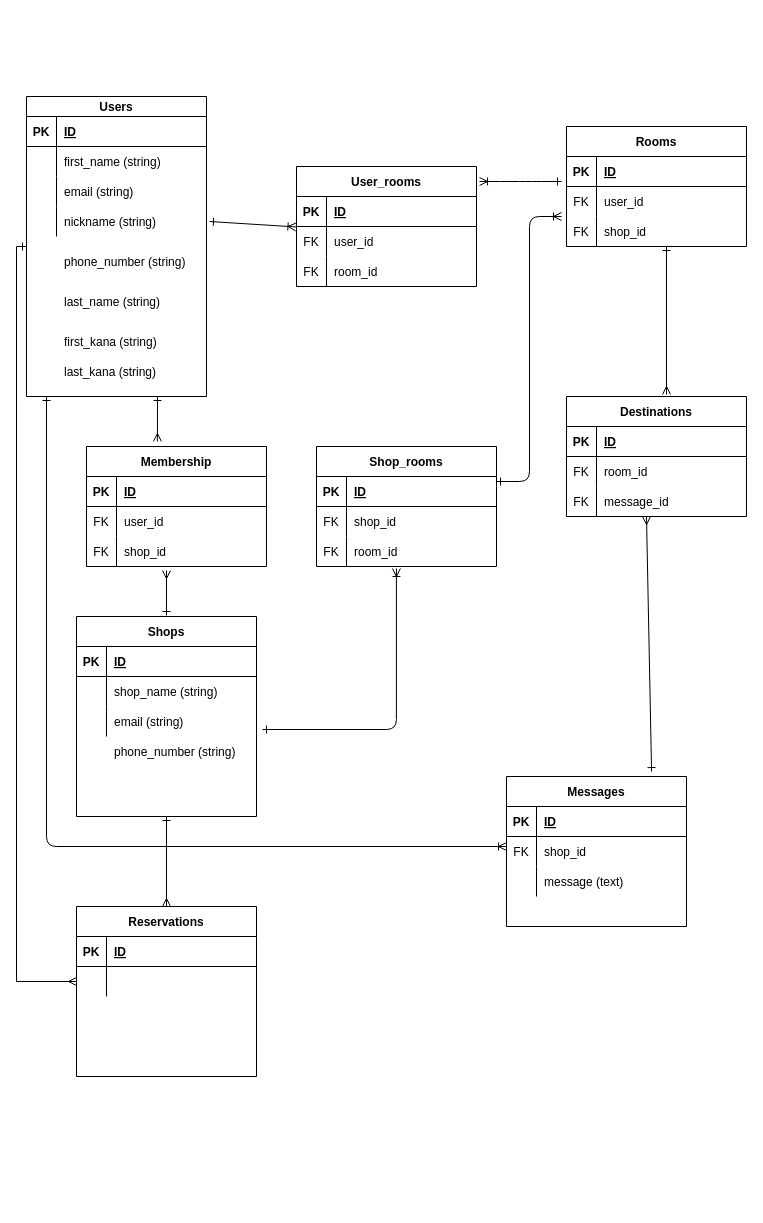
Above: ikitsuke.dio in taip315/aketate (draw.io), before the change. Source tidied: cells renumbered, new cells numbered last; positions are measured from the earlier drawing's top-left corner, leaving out a move shared by most shapes. Both pictures are drawn from the tidied source at 100%, with x=0, y=0 at pixel (16, 96).
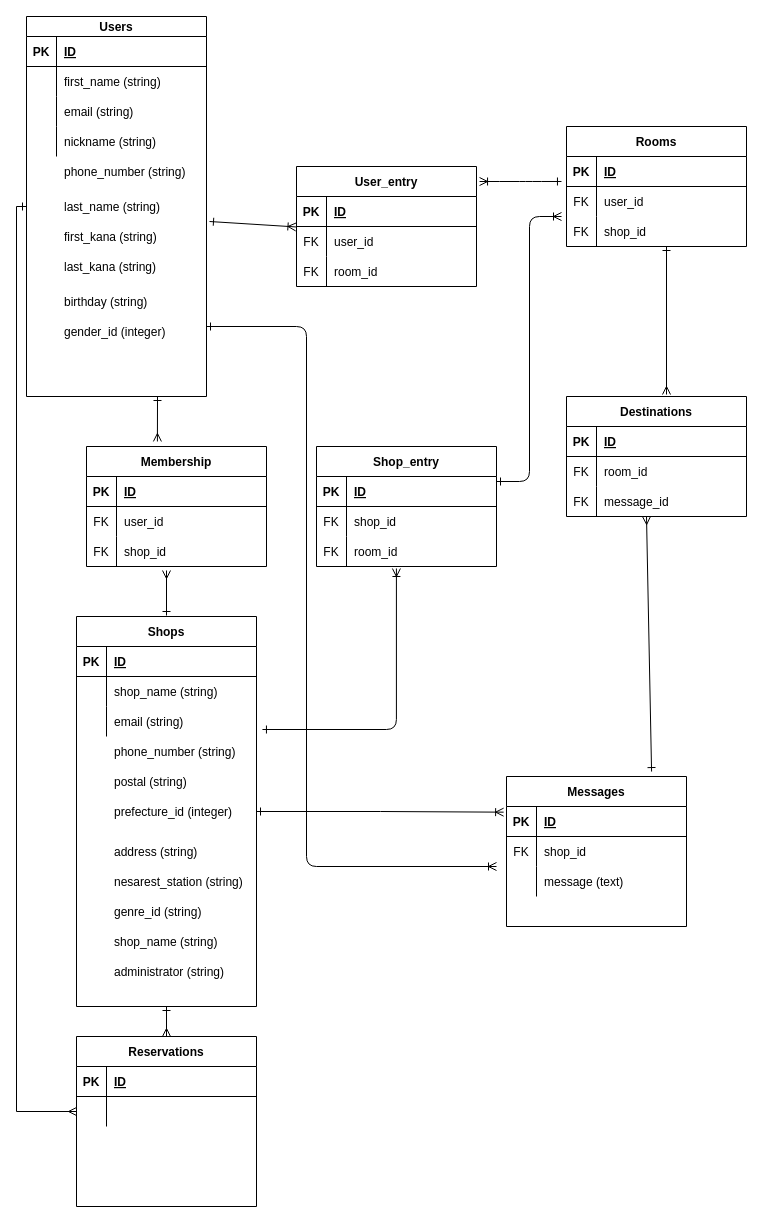
After the change.

The change refers to these unchanged cells:
```xml
<mxCell id="71" style="shape=partialRectangle;fillColor=none;top=0;left=0;bottom=1;right=0;points=[[0,0.5],[1,0.5]];portConstraint=eastwest;" parent="70" vertex="1">
  <mxGeometry y="30" width="180" height="30" as="geometry" />
</mxCell>
```

Diff of the diagram source:
```diff
@@
     <mxCell id="12" value="phone_number (string)" style="shape=partialRectangle;fillColor=none;top=0;left=0;bottom=0;right=0;align=left;spacingLeft=6;overflow=hidden;" parent="1" vertex="1">
-      <mxGeometry x="40" y="150" width="150" height="30" as="geometry" />
+      <mxGeometry x="40" y="60" width="150" height="30" as="geometry" />
     </mxCell>
@@
+    <mxCell id="109" style="edgeStyle=elbowEdgeStyle;rounded=0;jettySize=auto;html=1;entryX=-0.016;entryY=0.189;entryDx=0;entryDy=0;entryPerimeter=0;endArrow=ERoneToMany;endFill=0;startArrow=ERone;startFill=0;" parent="1" edge="1" source="24" target="71">
+      <mxGeometry relative="1" as="geometry" />
+    </mxCell>
     <mxCell id="24" value="Shops" style="shape=table;startSize=30;childLayout=tableLayout;rowLines=0;fontStyle=1;align=center;" parent="1" vertex="1">
-      <mxGeometry x="60" y="520" width="180" height="200" as="geometry" />
+      <mxGeometry x="60" y="520" width="180" height="390" as="geometry" />
     </mxCell>
@@
-    <mxCell id="37" value="User_rooms" style="shape=table;startSize=30;childLayout=tableLayout;rowLines=0;fontStyle=1;align=center;" parent="1" vertex="1">
+    <mxCell id="37" value="User_entry" style="shape=table;startSize=30;childLayout=tableLayout;rowLines=0;fontStyle=1;align=center;" parent="1" vertex="1">
       <mxGeometry x="280" y="70" width="180" height="120" as="geometry" />
     </mxCell>
@@
     <mxCell id="47" value="Users" style="shape=table;startSize=20;childLayout=tableLayout;rowLines=0;fontStyle=1;align=center;" parent="1" vertex="1">
-      <mxGeometry x="10" width="180" height="300" as="geometry" />
+      <mxGeometry x="10" y="-80" width="180" height="380" as="geometry" />
     </mxCell>
@@
-    <mxCell id="60" value="Shop_rooms" style="shape=table;startSize=30;childLayout=tableLayout;rowLines=0;fontStyle=1;align=center;" parent="1" vertex="1">
+    <mxCell id="60" value="Shop_entry" style="shape=table;startSize=30;childLayout=tableLayout;rowLines=0;fontStyle=1;align=center;" parent="1" vertex="1">
       <mxGeometry x="300" y="350" width="180" height="120" as="geometry" />
     </mxCell>
@@
     <mxCell id="96" style="edgeStyle=elbowEdgeStyle;fontSize=12;html=1;endArrow=ERoneToMany;startArrow=ERone;startFill=0;" parent="1" edge="1">
       <mxGeometry relative="1" as="geometry">
-        <mxPoint x="30" y="300" as="sourcePoint" />
-        <mxPoint x="490" y="750" as="targetPoint" />
+        <mxPoint x="190" y="230" as="sourcePoint" />
+        <mxPoint x="480" y="770" as="targetPoint" />
         <Array as="points">
-          <mxPoint x="30" y="490" />
+          <mxPoint x="290" y="580" />
         </Array>
       </mxGeometry>
     </mxCell>
@@
     <mxCell id="99" value="last_name (string)" style="shape=partialRectangle;fillColor=none;top=0;left=0;bottom=0;right=0;align=left;spacingLeft=6;overflow=hidden;" parent="1" vertex="1">
-      <mxGeometry x="40" y="190" width="150" height="30" as="geometry" />
+      <mxGeometry x="40" y="95" width="150" height="30" as="geometry" />
     </mxCell>
     <mxCell id="100" value="first_kana (string)" style="shape=partialRectangle;fillColor=none;top=0;left=0;bottom=0;right=0;align=left;spacingLeft=6;overflow=hidden;" parent="1" vertex="1">
-      <mxGeometry x="40" y="230" width="150" height="30" as="geometry" />
+      <mxGeometry x="40" y="125" width="150" height="30" as="geometry" />
     </mxCell>
     <mxCell id="101" value="last_kana (string)" style="shape=partialRectangle;fillColor=none;top=0;left=0;bottom=0;right=0;align=left;spacingLeft=6;overflow=hidden;" parent="1" vertex="1">
-      <mxGeometry x="40" y="260" width="150" height="30" as="geometry" />
+      <mxGeometry x="40" y="155" width="150" height="30" as="geometry" />
     </mxCell>
     <mxCell id="102" value="Reservations" style="shape=table;startSize=30;childLayout=tableLayout;rowLines=0;fontStyle=1;align=center;" parent="1" vertex="1">
-      <mxGeometry x="60" y="810" width="180" height="170" as="geometry" />
+      <mxGeometry x="60" y="940" width="180" height="170" as="geometry" />
     </mxCell>
@@
+    <mxCell id="110" value="birthday (string)" style="shape=partialRectangle;fillColor=none;top=0;left=0;bottom=0;right=0;align=left;spacingLeft=6;overflow=hidden;" parent="1" vertex="1">
+      <mxGeometry x="40" y="190" width="150" height="30" as="geometry" />
+    </mxCell>
+    <mxCell id="111" value="gender_id (integer)" style="shape=partialRectangle;fillColor=none;top=0;left=0;bottom=0;right=0;align=left;spacingLeft=6;overflow=hidden;" parent="1" vertex="1">
+      <mxGeometry x="40" y="220" width="150" height="30" as="geometry" />
+    </mxCell>
+    <mxCell id="112" value="postal (string)" style="shape=partialRectangle;fillColor=none;top=0;left=0;bottom=0;right=0;align=left;spacingLeft=6;overflow=hidden;" parent="1" vertex="1">
+      <mxGeometry x="90" y="670" width="150" height="30" as="geometry" />
+    </mxCell>
+    <mxCell id="113" value="prefecture_id (integer)" style="shape=partialRectangle;fillColor=none;top=0;left=0;bottom=0;right=0;align=left;spacingLeft=6;overflow=hidden;" parent="1" vertex="1">
+      <mxGeometry x="90" y="700" width="150" height="30" as="geometry" />
+    </mxCell>
+    <mxCell id="114" value="address (string)" style="shape=partialRectangle;fillColor=none;top=0;left=0;bottom=0;right=0;align=left;spacingLeft=6;overflow=hidden;" parent="1" vertex="1">
+      <mxGeometry x="90" y="740" width="150" height="30" as="geometry" />
+    </mxCell>
+    <mxCell id="115" value="nesarest_station (string)" style="shape=partialRectangle;fillColor=none;top=0;left=0;bottom=0;right=0;align=left;spacingLeft=6;overflow=hidden;" parent="1" vertex="1">
+      <mxGeometry x="90" y="770" width="150" height="30" as="geometry" />
+    </mxCell>
+    <mxCell id="116" value="genre_id (string)" style="shape=partialRectangle;fillColor=none;top=0;left=0;bottom=0;right=0;align=left;spacingLeft=6;overflow=hidden;" parent="1" vertex="1">
+      <mxGeometry x="90" y="800" width="150" height="30" as="geometry" />
+    </mxCell>
+    <mxCell id="117" value="shop_name (string)" style="shape=partialRectangle;fillColor=none;top=0;left=0;bottom=0;right=0;align=left;spacingLeft=6;overflow=hidden;" parent="1" vertex="1">
+      <mxGeometry x="90" y="830" width="150" height="30" as="geometry" />
+    </mxCell>
+    <mxCell id="118" value="administrator (string)" style="shape=partialRectangle;fillColor=none;top=0;left=0;bottom=0;right=0;align=left;spacingLeft=6;overflow=hidden;" parent="1" vertex="1">
+      <mxGeometry x="90" y="860" width="150" height="30" as="geometry" />
+    </mxCell>
```
